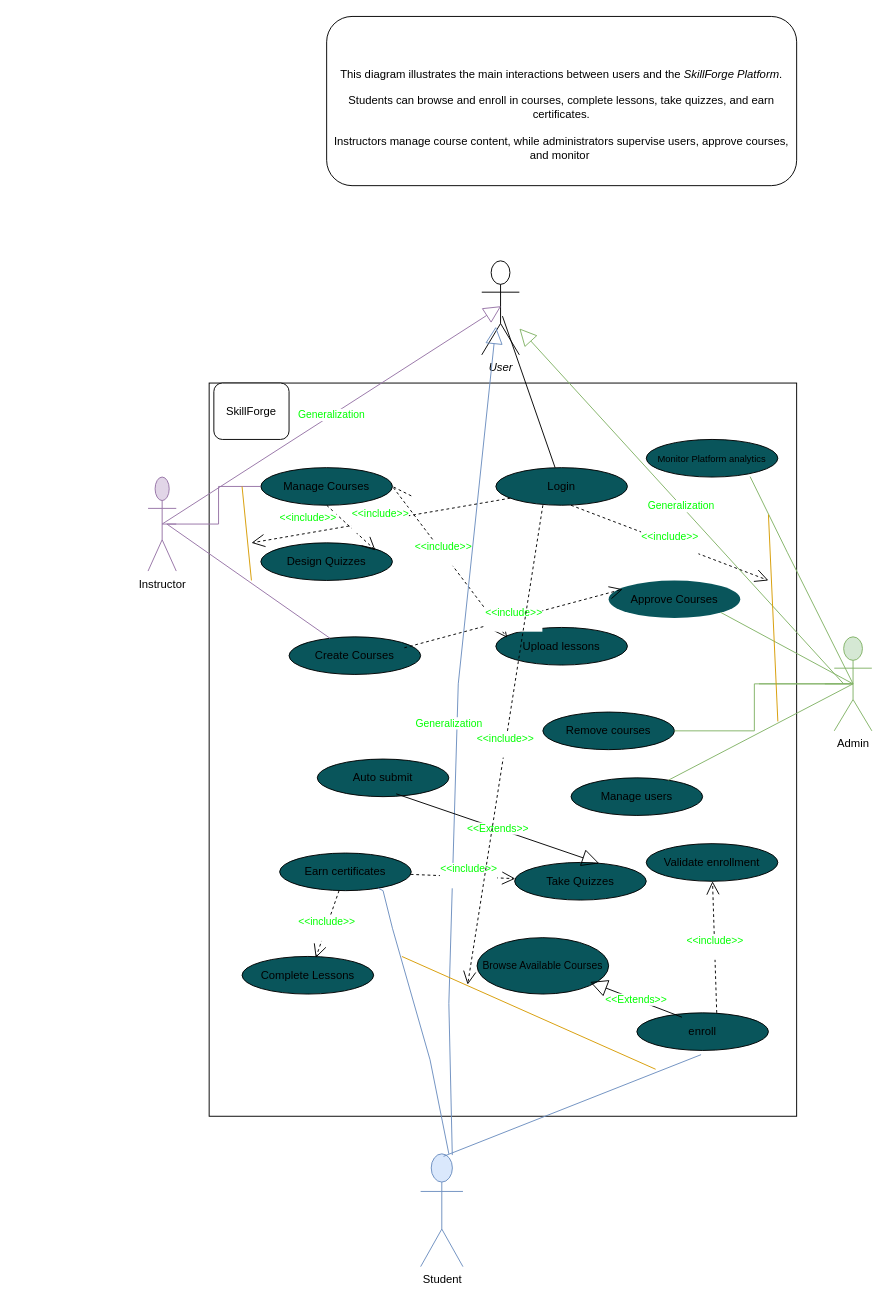
Above: Untitled Diagram.drawio in ahmed24hesham/UML (draw.io), before the change. Source tidied: cells renumbered, new cells numbered last; positions are measured from the earlier drawing's top-left corner, leaving out a move shared by most shapes. Both pictures are drawn from the tidied source at 94%, with x=0, y=0 at pixel (148, 16).
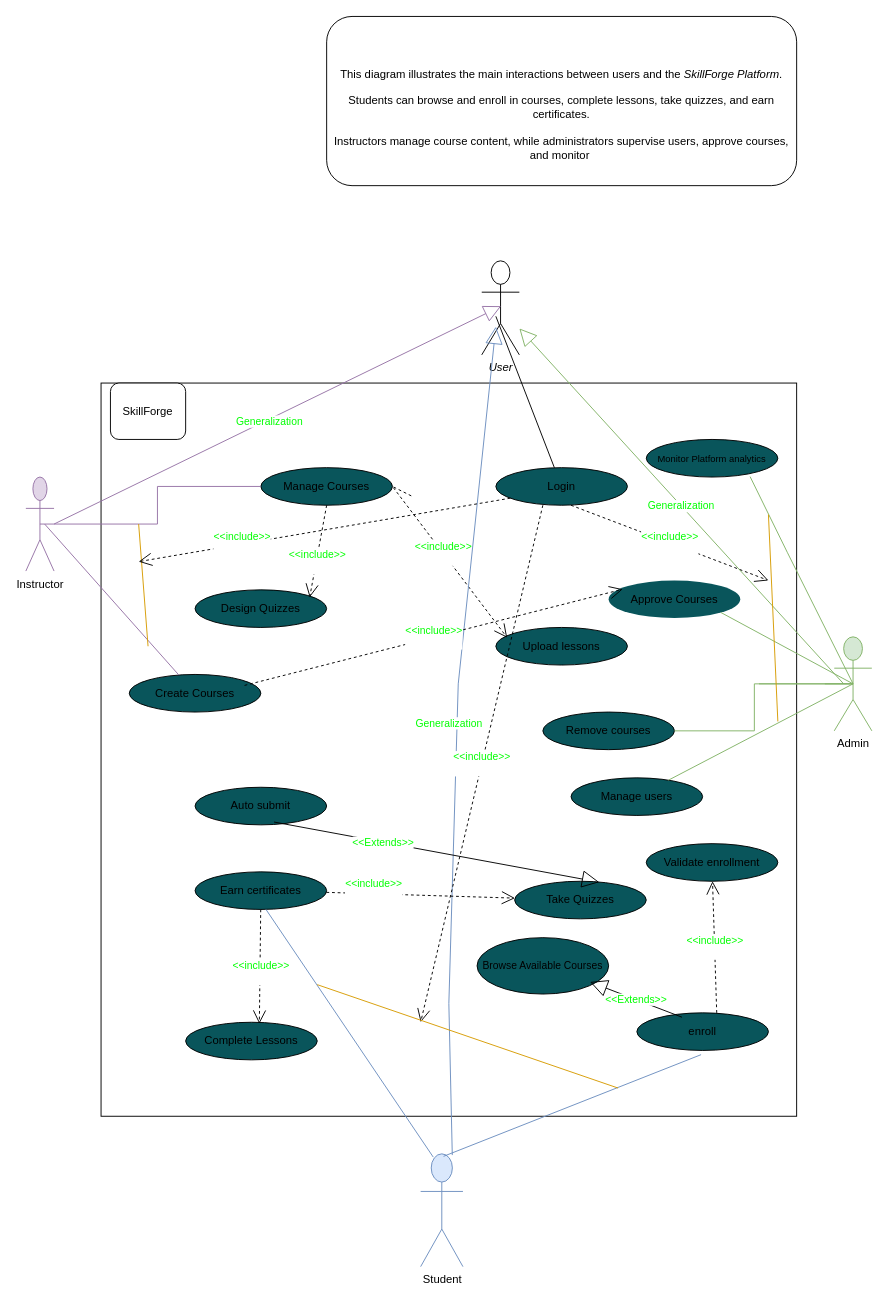
Above is the later version.

The change refers to these unchanged cells:
```xml
<mxCell id="5" value="Student" style="shape=umlActor;verticalLabelPosition=bottom;verticalAlign=top;html=1;noLabel=0;fillColor=#dae8fc;strokeColor=#6c8ebf;" parent="1" vertex="1">
  <mxGeometry x="290" y="1210" width="45" height="120" as="geometry" />
</mxCell>
<mxCell id="6" value="&lt;i&gt;User&lt;/i&gt;" style="shape=umlActor;verticalLabelPosition=bottom;verticalAlign=top;html=1;" parent="1" vertex="1">
  <mxGeometry x="355" y="260" width="40" height="100" as="geometry" />
</mxCell>
<mxCell id="14" value="Manage Courses" style="ellipse;whiteSpace=wrap;html=1;fillColor=#09555B;" parent="1" vertex="1">
  <mxGeometry x="120" y="480" width="140" height="40" as="geometry" />
</mxCell>
<mxCell id="40" value="Login" style="ellipse;whiteSpace=wrap;html=1;fillColor=#09555B;" parent="1" vertex="1">
  <mxGeometry x="370" y="480" width="140" height="40" as="geometry" />
</mxCell>
```

Diff of the diagram source:
```diff
@@
     <mxCell id="2" value="Instructor" style="shape=umlActor;verticalLabelPosition=bottom;verticalAlign=top;html=1;outlineConnect=0;fillColor=#e1d5e7;strokeColor=#9673a6;" parent="1" vertex="1">
-      <mxGeometry y="490" width="30" height="100" as="geometry" />
+      <mxGeometry x="-130" y="490" width="30" height="100" as="geometry" />
     </mxCell>
     <mxCell id="3" style="rounded=0;whiteSpace=wrap;html=1;" parent="1" vertex="1">
-      <mxGeometry x="65" y="390" width="625" height="780" as="geometry" />
+      <mxGeometry x="-50" y="390" width="740" height="780" as="geometry" />
     </mxCell>
@@
     <mxCell id="8" value="Earn certificates" style="ellipse;whiteSpace=wrap;html=1;fillColor=#09555B;" parent="1" vertex="1">
-      <mxGeometry x="140" y="890" width="140" height="40" as="geometry" />
+      <mxGeometry x="50" y="910" width="140" height="40" as="geometry" />
     </mxCell>
     <mxCell id="9" value="Design Quizzes" style="ellipse;whiteSpace=wrap;html=1;fillColor=#09555B;" parent="1" vertex="1">
-      <mxGeometry x="120" y="560" width="140" height="40" as="geometry" />
+      <mxGeometry x="50" y="610" width="140" height="40" as="geometry" />
     </mxCell>
     <mxCell id="10" value="Take Quizzes" style="ellipse;whiteSpace=wrap;html=1;fillColor=#09555B;" parent="1" vertex="1">
-      <mxGeometry x="390" y="900" width="140" height="40" as="geometry" />
+      <mxGeometry x="390" y="920" width="140" height="40" as="geometry" />
     </mxCell>
     <mxCell id="11" value="Complete Lessons" style="ellipse;whiteSpace=wrap;html=1;fillColor=#09555B;" parent="1" vertex="1">
-      <mxGeometry x="100" y="1000" width="140" height="40" as="geometry" />
+      <mxGeometry x="40" y="1070" width="140" height="40" as="geometry" />
     </mxCell>
@@
     <mxCell id="16" value="Create Courses" style="ellipse;whiteSpace=wrap;html=1;fillColor=#09555B;" parent="1" vertex="1">
-      <mxGeometry x="150" y="660" width="140" height="40" as="geometry" />
+      <mxGeometry x="-20" y="700" width="140" height="40" as="geometry" />
     </mxCell>
@@
     <mxCell id="21" value="&amp;lt;&amp;lt;include&amp;gt;&amp;gt;&lt;div&gt;&lt;br&gt;&lt;/div&gt;" style="endArrow=open;endSize=12;dashed=1;html=1;rounded=0;exitX=0.5;exitY=1;exitDx=0;exitDy=0;entryX=0.871;entryY=0.2;entryDx=0;entryDy=0;entryPerimeter=0;fontColor=#00FF00;" parent="1" edge="1" source="14" target="9">
-      <mxGeometry x="-1" y="-28" relative="1" as="geometry">
-        <mxPoint x="-1" y="-1" as="offset" />
-      </mxGeometry>
+      <mxGeometry x="0.22" y="1" relative="1" as="geometry" />
     </mxCell>
@@
-    <mxCell id="24" style="endArrow=none;html=1;rounded=0;fillColor=#dae8fc;strokeColor=#6c8ebf;" parent="1" edge="1" target="8">
-      <mxGeometry relative="1" as="geometry">
-        <mxPoint x="320" y="1210" as="sourcePoint" />
-        <Array as="points">
-          <mxPoint x="300" y="1110" />
-          <mxPoint x="260" y="970" />
-          <mxPoint x="250" y="930" />
-        </Array>
-      </mxGeometry>
-    </mxCell>
@@
     <mxCell id="30" value="Generalization" style="endArrow=block;endSize=16;endFill=0;html=1;rounded=0;entryX=0.515;entryY=0.482;entryDx=0;entryDy=0;entryPerimeter=0;fontColor=#00FF00;fillColor=#e1d5e7;strokeColor=#9673a6;" parent="1" edge="1" target="6">
-      <mxGeometry relative="1" as="geometry">
-        <mxPoint x="15" y="540" as="sourcePoint" />
+      <mxGeometry x="-0.04" y="-2" relative="1" as="geometry">
+        <mxPoint x="-100" y="540" as="sourcePoint" />
       </mxGeometry>
     </mxCell>
@@
     <mxCell id="35" value="Auto submit" style="ellipse;whiteSpace=wrap;html=1;fillColor=#09555B;" parent="1" vertex="1">
-      <mxGeometry x="180" y="790" width="140" height="40" as="geometry" />
+      <mxGeometry x="50" y="820" width="140" height="40" as="geometry" />
     </mxCell>
     <mxCell id="36" value="&amp;lt;&amp;lt;Extends&amp;gt;&amp;gt;" style="endArrow=block;endSize=16;endFill=0;html=1;rounded=0;entryX=0.643;entryY=0.025;entryDx=0;entryDy=0;entryPerimeter=0;exitX=0.6;exitY=0.925;exitDx=0;exitDy=0;exitPerimeter=0;fontColor=#00FF00;" parent="1" edge="1" source="35" target="10">
-      <mxGeometry relative="1" as="geometry" />
+      <mxGeometry x="-0.33" y="-2" relative="1" as="geometry">
+        <mxPoint y="-1" as="offset" />
+      </mxGeometry>
     </mxCell>
-    <mxCell id="37" style="endArrow=none;html=1;rounded=0;fillColor=#e1d5e7;strokeColor=#9673a6;" parent="1" edge="1" source="2" target="16">
+    <mxCell id="37" style="endArrow=none;html=1;rounded=0;fillColor=#e1d5e7;strokeColor=#9673a6;" parent="1" edge="1" target="16">
       <mxGeometry relative="1" as="geometry">
-        <Array as="points">
-          <mxPoint x="20" y="540" />
-        </Array>
+        <mxPoint x="-110" y="540" as="sourcePoint" />
       </mxGeometry>
     </mxCell>
@@
     <mxCell id="39" value="&amp;lt;&amp;lt;include&amp;gt;&amp;gt;&lt;div&gt;&lt;br&gt;&lt;/div&gt;" style="endArrow=open;endSize=12;dashed=1;html=1;rounded=0;fontColor=#00FF00;" parent="1" edge="1" source="8" target="10">
-      <mxGeometry x="0.11" y="1" relative="1" as="geometry" />
+      <mxGeometry x="-0.5" y="3" relative="1" as="geometry" />
     </mxCell>
@@
-    <mxCell id="41" style="endArrow=none;html=1;rounded=0;entryX=0.55;entryY=0.588;entryDx=0;entryDy=0;entryPerimeter=0;" parent="1" edge="1" source="40" target="6">
-      <mxGeometry relative="1" as="geometry" />
+    <mxCell id="41" style="endArrow=none;html=1;rounded=0;" parent="1" edge="1" source="40">
+      <mxGeometry relative="1" as="geometry">
+        <mxPoint x="370" y="319" as="targetPoint" />
+      </mxGeometry>
     </mxCell>
@@
-    <mxCell id="43" style="endArrow=none;html=1;rounded=0;labelBackgroundColor=#00FF80;fillColor=#ffe6cc;strokeColor=#d79b00;" parent="1" edge="1">
-      <mxGeometry relative="1" as="geometry">
-        <mxPoint x="540" y="1120" as="sourcePoint" />
-        <mxPoint x="270" y="1000" as="targetPoint" />
-      </mxGeometry>
-    </mxCell>
@@
     <mxCell id="45" style="endArrow=none;html=1;rounded=0;fillColor=#ffe6cc;strokeColor=#d79b00;" parent="1" edge="1">
       <mxGeometry relative="1" as="geometry">
-        <mxPoint x="110" y="600" as="sourcePoint" />
-        <mxPoint x="100" y="500" as="targetPoint" />
+        <mxPoint y="670" as="sourcePoint" />
+        <mxPoint x="-10" y="540" as="targetPoint" />
       </mxGeometry>
     </mxCell>
@@
     <mxCell id="47" value="&amp;lt;&amp;lt;include&amp;gt;&amp;gt;&lt;div&gt;&lt;br&gt;&lt;/div&gt;" style="endArrow=open;endSize=12;dashed=1;html=1;rounded=0;fontColor=#00FF00;" parent="1" edge="1">
       <mxGeometry relative="1" as="geometry">
         <mxPoint x="420" y="520" as="sourcePoint" />
-        <mxPoint x="340" y="1030" as="targetPoint" />
+        <mxPoint x="290" y="1070" as="targetPoint" />
       </mxGeometry>
     </mxCell>
     <mxCell id="48" value="&amp;lt;&amp;lt;include&amp;gt;&amp;gt;&lt;div&gt;&lt;br&gt;&lt;/div&gt;" style="endArrow=open;endSize=12;dashed=1;html=1;rounded=0;exitX=0.11;exitY=0.812;exitDx=0;exitDy=0;fontColor=#00FF00;exitPerimeter=0;" parent="1" edge="1" source="40">
-      <mxGeometry relative="1" as="geometry">
-        <mxPoint x="110" y="560" as="targetPoint" />
+      <mxGeometry x="0.44" y="-1" relative="1" as="geometry">
+        <mxPoint x="-10" y="580" as="targetPoint" />
       </mxGeometry>
     </mxCell>
@@
     <mxCell id="51" value="SkillForge" style="rounded=1;whiteSpace=wrap;html=1;" parent="1" vertex="1">
-      <mxGeometry x="70" y="390" width="80" height="60" as="geometry" />
+      <mxGeometry x="-40" y="390" width="80" height="60" as="geometry" />
     </mxCell>
+    <mxCell id="52" style="endArrow=none;html=1;rounded=0;exitX=0.298;exitY=0.029;exitDx=0;exitDy=0;exitPerimeter=0;entryX=0.539;entryY=1;entryDx=0;entryDy=0;entryPerimeter=0;fillColor=#dae8fc;strokeColor=#6c8ebf;" parent="1" edge="1" source="5" target="8">
+      <mxGeometry relative="1" as="geometry" />
+    </mxCell>
+    <mxCell id="53" style="endArrow=none;html=1;rounded=0;fillColor=#ffe6cc;strokeColor=#d79b00;" parent="1" edge="1">
+      <mxGeometry relative="1" as="geometry">
+        <mxPoint x="180" y="1030" as="sourcePoint" />
+        <mxPoint x="500" y="1140" as="targetPoint" />
+      </mxGeometry>
+    </mxCell>
```
